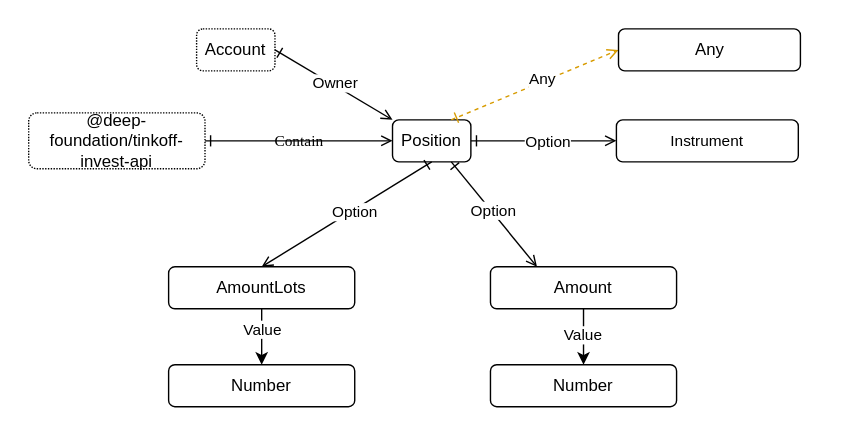
Above: src/position/Position.drawio.svg in suenot/deep-tinkoff-invest-api (draw.io), before the change. Source tidied: cells renumbered, new cells last; positions are measured from the earlier drawing's top-left corner, leaving out a move shared by most shapes.
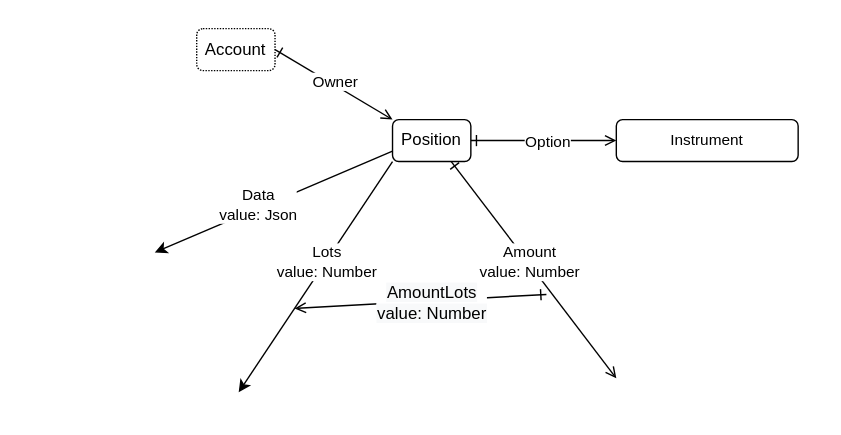
After the change.

The edit, as a diff of the source:
```diff
@@ -20,62 +20,44 @@
     <mxCell id="7" value="Option" style="edgeLabel;html=1;align=center;verticalAlign=middle;" parent="6" vertex="1">
       <mxGeometry x="0.05" relative="1" as="geometry" />
     </mxCell>
+    <mxCell id="13" style="edgeStyle=none;html=1;exitX=0;exitY=1;exitDx=0;exitDy=0;" parent="1" edge="1" source="8">
+      <mxGeometry relative="1" as="geometry">
+        <mxPoint x="170" y="280" as="targetPoint" />
+      </mxGeometry>
+    </mxCell>
+    <mxCell id="27" value="Lots&lt;br&gt;value: Number" style="edgeLabel;html=1;align=center;verticalAlign=middle;" parent="13" vertex="1">
+      <mxGeometry x="-0.13" relative="1" as="geometry" />
+    </mxCell>
+    <mxCell id="28" style="edgeStyle=none;html=1;exitX=0;exitY=0.75;exitDx=0;exitDy=0;" parent="1" edge="1" source="8">
+      <mxGeometry relative="1" as="geometry">
+        <mxPoint x="110" y="180" as="targetPoint" />
+      </mxGeometry>
+    </mxCell>
+    <mxCell id="29" value="Data&lt;br&gt;value: Json" style="edgeLabel;html=1;align=center;verticalAlign=middle;" parent="28" vertex="1">
+      <mxGeometry x="0.13" y="-3" relative="1" as="geometry" />
+    </mxCell>
     <mxCell id="8" value="Position" style="rounded=1;whiteSpace=wrap;html=1;labelBackgroundColor=none;" parent="1" vertex="1">
       <mxGeometry x="280" y="85" width="56" height="30" as="geometry" />
     </mxCell>
     <mxCell id="9" value="&lt;span style=&quot;font-size: 11px ; background-color: rgb(255 , 255 , 255)&quot;&gt;Instrument&lt;/span&gt;" style="rounded=1;whiteSpace=wrap;html=1;labelBackgroundColor=none;" parent="1" vertex="1">
       <mxGeometry x="440" y="85" width="130" height="30" as="geometry" />
     </mxCell>
-    <mxCell id="10" value="@deep-foundation/tinkoff-invest-api" style="rounded=1;whiteSpace=wrap;html=1;labelBackgroundColor=none;dashed=1;dashPattern=1 1;" parent="1" vertex="1">
-      <mxGeometry x="20" y="80" width="126" height="40" as="geometry" />
-    </mxCell>
-    <mxCell id="11" value="Contain" style="jettySize=auto;html=1;shadow=0;labelBackgroundColor=none;startArrow=ERone;startFill=0;endArrow=open;endFill=0;fontColor=#000000;fontFamily=Comic Sans MS;entryX=0;entryY=0.5;entryDx=0;entryDy=0;exitX=1;exitY=0.5;exitDx=0;exitDy=0;" parent="1" edge="1" source="10" target="8">
-      <mxGeometry relative="1" as="geometry" />
-    </mxCell>
-    <mxCell id="12" style="edgeStyle=none;html=1;exitX=0.5;exitY=1;exitDx=0;exitDy=0;entryX=0.5;entryY=0;entryDx=0;entryDy=0;" parent="1" edge="1" source="14" target="26">
-      <mxGeometry relative="1" as="geometry" />
-    </mxCell>
-    <mxCell id="13" value="Value" style="edgeLabel;html=1;align=center;verticalAlign=middle;" parent="12" vertex="1">
-      <mxGeometry x="-0.08" y="-1" relative="1" as="geometry" />
-    </mxCell>
-    <mxCell id="14" value="Amount" style="rounded=1;whiteSpace=wrap;html=1;labelBackgroundColor=none;" parent="1" vertex="1">
-      <mxGeometry x="350" y="190" width="133" height="30" as="geometry" />
-    </mxCell>
-    <mxCell id="15" style="edgeStyle=none;html=1;exitX=0.75;exitY=1;exitDx=0;exitDy=0;startArrow=ERone;startFill=0;entryX=0.25;entryY=0;entryDx=0;entryDy=0;endArrow=open;endFill=0;" parent="1" edge="1" source="8" target="14">
-      <mxGeometry relative="1" as="geometry" />
+    <mxCell id="15" style="edgeStyle=none;html=1;exitX=0.75;exitY=1;exitDx=0;exitDy=0;startArrow=ERone;startFill=0;endArrow=open;endFill=0;" parent="1" edge="1" source="8">
+      <mxGeometry relative="1" as="geometry">
+        <mxPoint x="440" y="270" as="targetPoint" />
+      </mxGeometry>
     </mxCell>
-    <mxCell id="16" value="Option" style="edgeLabel;html=1;align=center;verticalAlign=middle;" parent="15" vertex="1">
+    <mxCell id="16" value="Amount&lt;br&gt;value: Number" style="edgeLabel;html=1;align=center;verticalAlign=middle;" parent="15" vertex="1">
       <mxGeometry x="-0.07" y="1" relative="1" as="geometry" />
     </mxCell>
-    <mxCell id="17" style="edgeStyle=none;html=1;exitX=0.5;exitY=1;exitDx=0;exitDy=0;entryX=0.5;entryY=0;entryDx=0;entryDy=0;" parent="1" edge="1" source="19" target="25">
-      <mxGeometry relative="1" as="geometry" />
-    </mxCell>
-    <mxCell id="18" value="Value" style="edgeLabel;html=1;align=center;verticalAlign=middle;" parent="17" vertex="1">
-      <mxGeometry x="-0.31" relative="1" as="geometry" />
-    </mxCell>
-    <mxCell id="19" value="AmountLots" style="rounded=1;whiteSpace=wrap;html=1;labelBackgroundColor=none;" parent="1" vertex="1">
-      <mxGeometry x="120" y="190" width="133" height="30" as="geometry" />
-    </mxCell>
-    <mxCell id="20" style="edgeStyle=none;html=1;exitX=0.5;exitY=1;exitDx=0;exitDy=0;startArrow=ERone;startFill=0;entryX=0.5;entryY=0;entryDx=0;entryDy=0;endArrow=open;endFill=0;" parent="1" edge="1" source="8" target="19">
-      <mxGeometry relative="1" as="geometry" />
+    <mxCell id="20" style="edgeStyle=none;html=1;startArrow=ERone;startFill=0;endArrow=open;endFill=0;" parent="1" edge="1">
+      <mxGeometry relative="1" as="geometry">
+        <mxPoint x="390" y="210" as="sourcePoint" />
+        <mxPoint x="210" y="220" as="targetPoint" />
+      </mxGeometry>
     </mxCell>
-    <mxCell id="21" value="Option" style="edgeLabel;html=1;align=center;verticalAlign=middle;" parent="20" vertex="1">
+    <mxCell id="21" value="&lt;span style=&quot;font-size: 12px ; background-color: rgb(248 , 249 , 250)&quot;&gt;AmountLots&lt;br&gt;value: Number&lt;br&gt;&lt;/span&gt;" style="edgeLabel;html=1;align=center;verticalAlign=middle;" parent="20" vertex="1">
       <mxGeometry x="-0.07" y="1" relative="1" as="geometry" />
     </mxCell>
-    <mxCell id="22" style="edgeStyle=none;html=1;exitX=0.75;exitY=0;exitDx=0;exitDy=0;startArrow=ERone;startFill=0;endArrow=open;endFill=0;entryX=0;entryY=0.5;entryDx=0;entryDy=0;dashed=1;strokeColor=#D79B00;" parent="1" edge="1" source="8" target="24">
-      <mxGeometry relative="1" as="geometry" />
-    </mxCell>
-    <mxCell id="23" value="Any" style="edgeLabel;html=1;align=center;verticalAlign=middle;" parent="22" vertex="1">
-      <mxGeometry x="0.08" y="2" relative="1" as="geometry" />
-    </mxCell>
-    <mxCell id="24" value="Any" style="rounded=1;whiteSpace=wrap;html=1;labelBackgroundColor=none;" parent="1" vertex="1">
-      <mxGeometry x="441.5" y="20" width="130" height="30" as="geometry" />
-    </mxCell>
-    <mxCell id="25" value="Number" style="rounded=1;whiteSpace=wrap;html=1;labelBackgroundColor=none;" parent="1" vertex="1">
-      <mxGeometry x="120" y="260" width="133" height="30" as="geometry" />
-    </mxCell>
-    <mxCell id="26" value="Number" style="rounded=1;whiteSpace=wrap;html=1;labelBackgroundColor=none;" parent="1" vertex="1">
-      <mxGeometry x="350" y="260" width="133" height="30" as="geometry" />
-    </mxCell>
   </root>
 </mxGraphModel>
```
